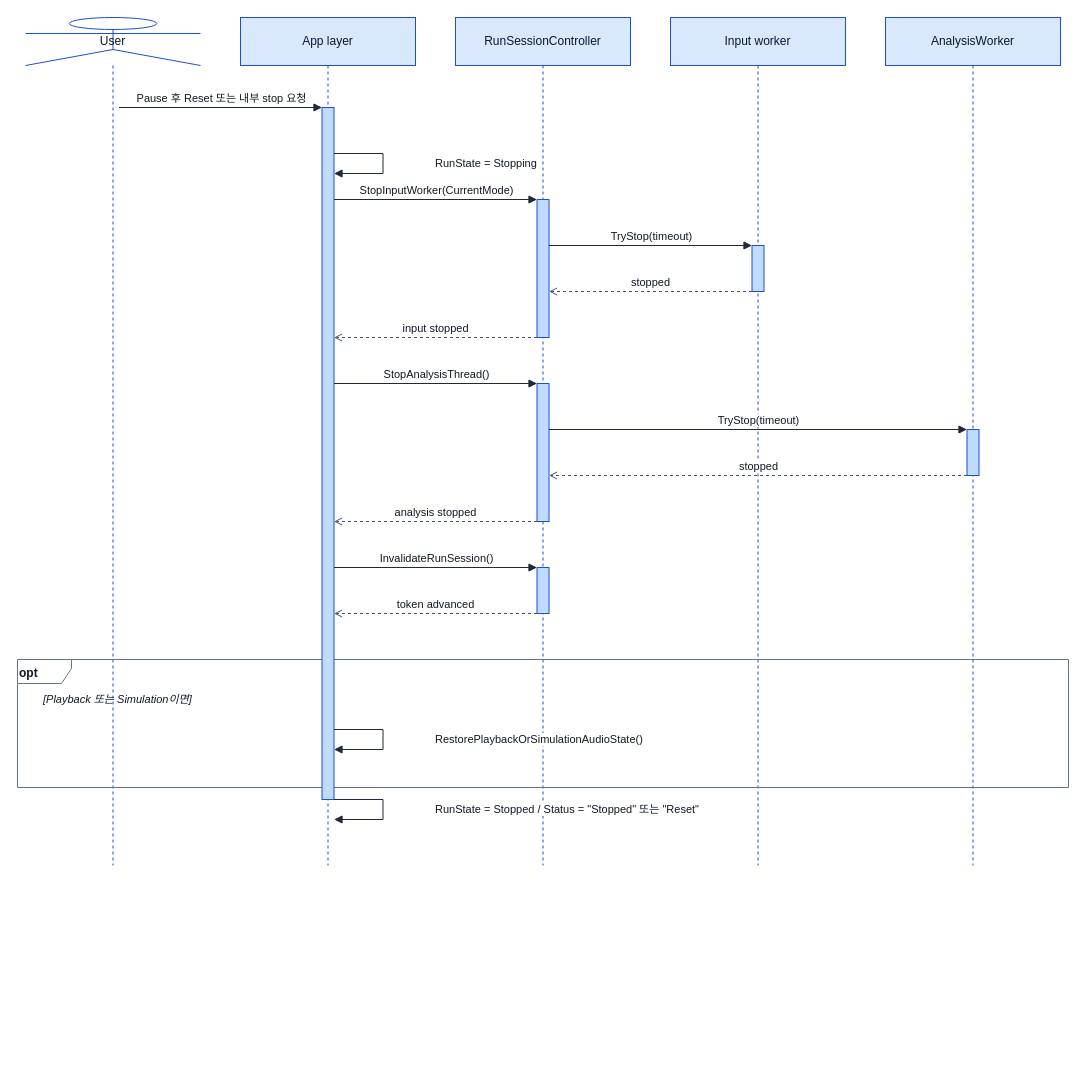
Jae-hong-5/TimeGrapher-Net keeps this draw.io diagram as page "Level 2.4 · 측정 종료 (사용자 요청 / Live capture 종료)" (5 of 7) of docs/architecture/Sequence/sequence.drawio. Above is the earlier version. Source tidied: cells renumbered, new cells numbered last; positions are measured from the earlier drawing's top-left corner, leaving out a move shared by most shapes. Both pictures are drawn from the tidied source at 100%, with x=0, y=0 at pixel (17, 17).
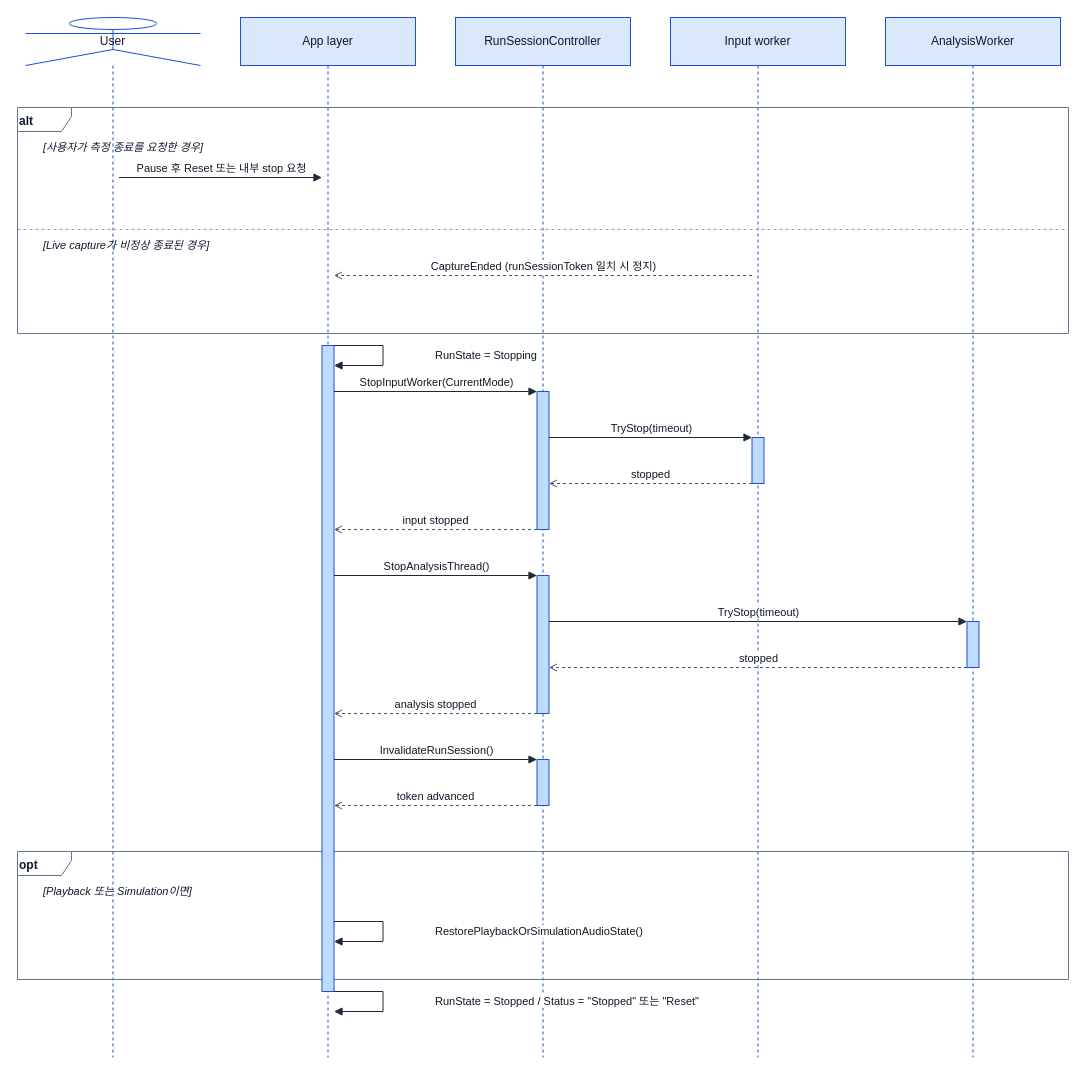
After the change.

Commit message (it also covers changes not shown here):
docs(sequence): align stop flows with the code (Live capture-ended, 2.5 order)

The edit, as a diff of the source:
```diff
@@
     <mxCell id="2" value="User" style="shape=umlLifeline;participant=umlActor;perimeter=lifelinePerimeter;whiteSpace=wrap;html=1;size=48;fillColor=none;strokeColor=#1d4ed8;fontColor=#0f172a;fontSize=12;" parent="1" vertex="1">
-      <mxGeometry x="8" width="175" height="848" as="geometry" />
+      <mxGeometry x="8" width="175" height="1040" as="geometry" />
     </mxCell>
     <mxCell id="3" value="App layer" style="shape=umlLifeline;perimeter=lifelinePerimeter;whiteSpace=wrap;html=1;size=48;fillColor=#dae8fc;strokeColor=#1d4ed8;fontColor=#0f172a;fontSize=12;" parent="1" vertex="1">
-      <mxGeometry x="223" width="175" height="848" as="geometry" />
+      <mxGeometry x="223" width="175" height="1040" as="geometry" />
     </mxCell>
     <mxCell id="4" value="RunSessionController" style="shape=umlLifeline;perimeter=lifelinePerimeter;whiteSpace=wrap;html=1;size=48;fillColor=#dae8fc;strokeColor=#1d4ed8;fontColor=#0f172a;fontSize=12;" parent="1" vertex="1">
-      <mxGeometry x="438" width="175" height="848" as="geometry" />
+      <mxGeometry x="438" width="175" height="1040" as="geometry" />
     </mxCell>
     <mxCell id="5" value="Input worker" style="shape=umlLifeline;perimeter=lifelinePerimeter;whiteSpace=wrap;html=1;size=48;fillColor=#dae8fc;strokeColor=#1d4ed8;fontColor=#0f172a;fontSize=12;" parent="1" vertex="1">
-      <mxGeometry x="653" width="175" height="848" as="geometry" />
+      <mxGeometry x="653" width="175" height="1040" as="geometry" />
     </mxCell>
     <mxCell id="6" value="AnalysisWorker" style="shape=umlLifeline;perimeter=lifelinePerimeter;whiteSpace=wrap;html=1;size=48;fillColor=#dae8fc;strokeColor=#1d4ed8;fontColor=#0f172a;fontSize=12;" parent="1" vertex="1">
-      <mxGeometry x="868" width="175" height="848" as="geometry" />
+      <mxGeometry x="868" width="175" height="1040" as="geometry" />
     </mxCell>
+    <mxCell id="29" style="html=1;endArrow=none;startArrow=none;dashed=1;strokeColor=#94a3b8;" parent="1" edge="1">
+      <mxGeometry relative="1" as="geometry">
+        <mxPoint y="212" as="sourcePoint" />
+        <mxPoint x="1051" y="212" as="targetPoint" />
+      </mxGeometry>
+    </mxCell>
+    <mxCell id="30" value="alt" style="shape=umlFrame;whiteSpace=wrap;html=1;fillColor=none;strokeColor=#64748b;fontColor=#0f172a;fontSize=12;fontStyle=1;width=54;height=24;verticalAlign=top;align=left;" parent="1" vertex="1">
+      <mxGeometry y="90" width="1051" height="226" as="geometry" />
+    </mxCell>
     <mxCell id="7" value="opt" style="shape=umlFrame;whiteSpace=wrap;html=1;fillColor=none;strokeColor=#64748b;fontColor=#0f172a;fontSize=12;fontStyle=1;width=54;height=24;verticalAlign=top;align=left;" parent="1" vertex="1">
-      <mxGeometry y="642" width="1051" height="128" as="geometry" />
+      <mxGeometry y="834" width="1051" height="128" as="geometry" />
     </mxCell>
-    <mxCell id="8" style="html=1;perimeter=orthogonalPerimeter;fillColor=#bfdbfe;strokeColor=#1d4ed8;" parent="1" vertex="1">
-      <mxGeometry x="734.5" y="228" width="12" height="46" as="geometry" />
-    </mxCell>
-    <mxCell id="9" style="html=1;perimeter=orthogonalPerimeter;fillColor=#bfdbfe;strokeColor=#1d4ed8;" parent="1" vertex="1">
-      <mxGeometry x="519.5" y="182" width="12" height="138" as="geometry" />
-    </mxCell>
-    <mxCell id="10" style="html=1;perimeter=orthogonalPerimeter;fillColor=#bfdbfe;strokeColor=#1d4ed8;" parent="1" vertex="1">
-      <mxGeometry x="949.5" y="412" width="12" height="46" as="geometry" />
-    </mxCell>
-    <mxCell id="11" style="html=1;perimeter=orthogonalPerimeter;fillColor=#bfdbfe;strokeColor=#1d4ed8;" parent="1" vertex="1">
-      <mxGeometry x="519.5" y="366" width="12" height="138" as="geometry" />
-    </mxCell>
+    <mxCell id="31" style="html=1;perimeter=orthogonalPerimeter;fillColor=#bfdbfe;strokeColor=#1d4ed8;" parent="1" vertex="1">
+      <mxGeometry x="734.5" y="420" width="12" height="46" as="geometry" />
+    </mxCell>
+    <mxCell id="32" style="html=1;perimeter=orthogonalPerimeter;fillColor=#bfdbfe;strokeColor=#1d4ed8;" parent="1" vertex="1">
+      <mxGeometry x="519.5" y="374" width="12" height="138" as="geometry" />
+    </mxCell>
     <mxCell id="12" style="html=1;perimeter=orthogonalPerimeter;fillColor=#bfdbfe;strokeColor=#1d4ed8;" parent="1" vertex="1">
-      <mxGeometry x="519.5" y="550" width="12" height="46" as="geometry" />
+      <mxGeometry x="949.5" y="604" width="12" height="46" as="geometry" />
     </mxCell>
+    <mxCell id="33" style="html=1;perimeter=orthogonalPerimeter;fillColor=#bfdbfe;strokeColor=#1d4ed8;" parent="1" vertex="1">
+      <mxGeometry x="519.5" y="558" width="12" height="138" as="geometry" />
+    </mxCell>
     <mxCell id="13" style="html=1;perimeter=orthogonalPerimeter;fillColor=#bfdbfe;strokeColor=#1d4ed8;" parent="1" vertex="1">
-      <mxGeometry x="304.5" y="90" width="12" height="692" as="geometry" />
+      <mxGeometry x="519.5" y="742" width="12" height="46" as="geometry" />
     </mxCell>
+    <mxCell id="34" style="html=1;perimeter=orthogonalPerimeter;fillColor=#bfdbfe;strokeColor=#1d4ed8;" parent="1" vertex="1">
+      <mxGeometry x="304.5" y="328" width="12" height="646" as="geometry" />
+    </mxCell>
     <mxCell id="14" value="Pause 후 Reset 또는 내부 stop 요청" style="html=1;verticalAlign=bottom;startArrow=none;endArrow=block;rounded=0;labelBackgroundColor=#ffffff;strokeColor=#1f2937;fontColor=#111827;labelBorderColor=none;" parent="1" edge="1">
       <mxGeometry relative="1" as="geometry">
-        <mxPoint x="101.5" y="90" as="sourcePoint" />
-        <mxPoint x="304.5" y="90" as="targetPoint" />
+        <mxPoint x="101.5" y="160" as="sourcePoint" />
+        <mxPoint x="304.5" y="160" as="targetPoint" />
       </mxGeometry>
     </mxCell>
+    <mxCell id="18" value="CaptureEnded (runSessionToken 일치 시 정지)" style="html=1;verticalAlign=bottom;startArrow=none;endArrow=open;dashed=1;rounded=0;labelBackgroundColor=#ffffff;strokeColor=#475569;fontColor=#111827;labelBorderColor=none;" parent="1" edge="1">
+      <mxGeometry relative="1" as="geometry">
+        <mxPoint x="734.5" y="258" as="sourcePoint" />
+        <mxPoint x="316.5" y="258" as="targetPoint" />
+      </mxGeometry>
+    </mxCell>
     <mxCell id="15" value="RunState = Stopping" style="html=1;verticalAlign=middle;align=left;startArrow=none;endArrow=block;rounded=0;labelBackgroundColor=#ffffff;strokeColor=#1f2937;fontColor=#111827;labelBorderColor=none;" parent="1" edge="1">
       <mxGeometry relative="1" as="geometry">
-        <mxPoint x="316.5" y="136" as="sourcePoint" />
-        <mxPoint x="316.5" y="156" as="targetPoint" />
+        <mxPoint x="316.5" y="328" as="sourcePoint" />
+        <mxPoint x="316.5" y="348" as="targetPoint" />
         <Array as="points">
-          <mxPoint x="365.5" y="136" />
-          <mxPoint x="365.5" y="156" />
+          <mxPoint x="365.5" y="328" />
+          <mxPoint x="365.5" y="348" />
         </Array>
         <mxPoint x="50" as="offset" />
       </mxGeometry>
     </mxCell>
     <mxCell id="16" value="StopInputWorker(CurrentMode)" style="html=1;verticalAlign=bottom;startArrow=none;endArrow=block;rounded=0;labelBackgroundColor=#ffffff;strokeColor=#1f2937;fontColor=#111827;labelBorderColor=none;" parent="1" edge="1">
       <mxGeometry relative="1" as="geometry">
-        <mxPoint x="316.5" y="182" as="sourcePoint" />
-        <mxPoint x="519.5" y="182" as="targetPoint" />
+        <mxPoint x="316.5" y="374" as="sourcePoint" />
+        <mxPoint x="519.5" y="374" as="targetPoint" />
       </mxGeometry>
     </mxCell>
-    <mxCell id="17" value="TryStop(timeout)" style="html=1;verticalAlign=bottom;startArrow=none;endArrow=block;rounded=0;labelBackgroundColor=#ffffff;strokeColor=#1f2937;fontColor=#111827;labelBorderColor=none;" parent="1" edge="1">
-      <mxGeometry relative="1" as="geometry">
-        <mxPoint x="531.5" y="228" as="sourcePoint" />
-        <mxPoint x="734.5" y="228" as="targetPoint" />
-      </mxGeometry>
-    </mxCell>
-    <mxCell id="18" value="stopped" style="html=1;verticalAlign=bottom;startArrow=none;endArrow=open;dashed=1;rounded=0;labelBackgroundColor=#ffffff;strokeColor=#475569;fontColor=#111827;labelBorderColor=none;" parent="1" edge="1">
-      <mxGeometry relative="1" as="geometry">
-        <mxPoint x="734.5" y="274" as="sourcePoint" />
-        <mxPoint x="531.5" y="274" as="targetPoint" />
-      </mxGeometry>
-    </mxCell>
-    <mxCell id="19" value="input stopped" style="html=1;verticalAlign=bottom;startArrow=none;endArrow=open;dashed=1;rounded=0;labelBackgroundColor=#ffffff;strokeColor=#475569;fontColor=#111827;labelBorderColor=none;" parent="1" edge="1">
-      <mxGeometry relative="1" as="geometry">
-        <mxPoint x="519.5" y="320" as="sourcePoint" />
-        <mxPoint x="316.5" y="320" as="targetPoint" />
-      </mxGeometry>
-    </mxCell>
-    <mxCell id="20" value="StopAnalysisThread()" style="html=1;verticalAlign=bottom;startArrow=none;endArrow=block;rounded=0;labelBackgroundColor=#ffffff;strokeColor=#1f2937;fontColor=#111827;labelBorderColor=none;" parent="1" edge="1">
+    <mxCell id="20" value="TryStop(timeout)" style="html=1;verticalAlign=bottom;startArrow=none;endArrow=block;rounded=0;labelBackgroundColor=#ffffff;strokeColor=#1f2937;fontColor=#111827;labelBorderColor=none;" parent="1" edge="1">
       <mxGeometry relative="1" as="geometry">
-        <mxPoint x="316.5" y="366" as="sourcePoint" />
-        <mxPoint x="519.5" y="366" as="targetPoint" />
+        <mxPoint x="531.5" y="420" as="sourcePoint" />
+        <mxPoint x="734.5" y="420" as="targetPoint" />
       </mxGeometry>
     </mxCell>
-    <mxCell id="21" value="TryStop(timeout)" style="html=1;verticalAlign=bottom;startArrow=none;endArrow=block;rounded=0;labelBackgroundColor=#ffffff;strokeColor=#1f2937;fontColor=#111827;labelBorderColor=none;" parent="1" edge="1">
+    <mxCell id="21" value="stopped" style="html=1;verticalAlign=bottom;startArrow=none;endArrow=open;dashed=1;rounded=0;labelBackgroundColor=#ffffff;strokeColor=#475569;fontColor=#111827;labelBorderColor=none;" parent="1" edge="1">
       <mxGeometry relative="1" as="geometry">
-        <mxPoint x="531.5" y="412" as="sourcePoint" />
-        <mxPoint x="949.5" y="412" as="targetPoint" />
+        <mxPoint x="734.5" y="466" as="sourcePoint" />
+        <mxPoint x="531.5" y="466" as="targetPoint" />
       </mxGeometry>
     </mxCell>
-    <mxCell id="22" value="stopped" style="html=1;verticalAlign=bottom;startArrow=none;endArrow=open;dashed=1;rounded=0;labelBackgroundColor=#ffffff;strokeColor=#475569;fontColor=#111827;labelBorderColor=none;" parent="1" edge="1">
-      <mxGeometry relative="1" as="geometry">
-        <mxPoint x="949.5" y="458" as="sourcePoint" />
-        <mxPoint x="531.5" y="458" as="targetPoint" />
-      </mxGeometry>
-    </mxCell>
-    <mxCell id="23" value="analysis stopped" style="html=1;verticalAlign=bottom;startArrow=none;endArrow=open;dashed=1;rounded=0;labelBackgroundColor=#ffffff;strokeColor=#475569;fontColor=#111827;labelBorderColor=none;" parent="1" edge="1">
-      <mxGeometry relative="1" as="geometry">
-        <mxPoint x="519.5" y="504" as="sourcePoint" />
-        <mxPoint x="316.5" y="504" as="targetPoint" />
-      </mxGeometry>
-    </mxCell>
+    <mxCell id="19" value="input stopped" style="html=1;verticalAlign=bottom;startArrow=none;endArrow=open;dashed=1;rounded=0;labelBackgroundColor=#ffffff;strokeColor=#475569;fontColor=#111827;labelBorderColor=none;" parent="1" edge="1">
+      <mxGeometry relative="1" as="geometry">
+        <mxPoint x="519.5" y="512" as="sourcePoint" />
+        <mxPoint x="316.5" y="512" as="targetPoint" />
+      </mxGeometry>
+    </mxCell>
+    <mxCell id="35" value="StopAnalysisThread()" style="html=1;verticalAlign=bottom;startArrow=none;endArrow=block;rounded=0;labelBackgroundColor=#ffffff;strokeColor=#1f2937;fontColor=#111827;labelBorderColor=none;" parent="1" edge="1">
+      <mxGeometry relative="1" as="geometry">
+        <mxPoint x="316.5" y="558" as="sourcePoint" />
+        <mxPoint x="519.5" y="558" as="targetPoint" />
+      </mxGeometry>
+    </mxCell>
-    <mxCell id="24" value="InvalidateRunSession()" style="html=1;verticalAlign=bottom;startArrow=none;endArrow=block;rounded=0;labelBackgroundColor=#ffffff;strokeColor=#1f2937;fontColor=#111827;labelBorderColor=none;" parent="1" edge="1">
+    <mxCell id="24" value="TryStop(timeout)" style="html=1;verticalAlign=bottom;startArrow=none;endArrow=block;rounded=0;labelBackgroundColor=#ffffff;strokeColor=#1f2937;fontColor=#111827;labelBorderColor=none;" parent="1" edge="1">
       <mxGeometry relative="1" as="geometry">
-        <mxPoint x="316.5" y="550" as="sourcePoint" />
-        <mxPoint x="519.5" y="550" as="targetPoint" />
+        <mxPoint x="531.5" y="604" as="sourcePoint" />
+        <mxPoint x="949.5" y="604" as="targetPoint" />
       </mxGeometry>
     </mxCell>
-    <mxCell id="25" value="token advanced" style="html=1;verticalAlign=bottom;startArrow=none;endArrow=open;dashed=1;rounded=0;labelBackgroundColor=#ffffff;strokeColor=#475569;fontColor=#111827;labelBorderColor=none;" parent="1" edge="1">
+    <mxCell id="25" value="stopped" style="html=1;verticalAlign=bottom;startArrow=none;endArrow=open;dashed=1;rounded=0;labelBackgroundColor=#ffffff;strokeColor=#475569;fontColor=#111827;labelBorderColor=none;" parent="1" edge="1">
       <mxGeometry relative="1" as="geometry">
-        <mxPoint x="519.5" y="596" as="sourcePoint" />
-        <mxPoint x="316.5" y="596" as="targetPoint" />
+        <mxPoint x="949.5" y="650" as="sourcePoint" />
+        <mxPoint x="531.5" y="650" as="targetPoint" />
       </mxGeometry>
     </mxCell>
+    <mxCell id="23" value="analysis stopped" style="html=1;verticalAlign=bottom;startArrow=none;endArrow=open;dashed=1;rounded=0;labelBackgroundColor=#ffffff;strokeColor=#475569;fontColor=#111827;labelBorderColor=none;" parent="1" edge="1">
+      <mxGeometry relative="1" as="geometry">
+        <mxPoint x="519.5" y="696" as="sourcePoint" />
+        <mxPoint x="316.5" y="696" as="targetPoint" />
+      </mxGeometry>
+    </mxCell>
+    <mxCell id="36" value="InvalidateRunSession()" style="html=1;verticalAlign=bottom;startArrow=none;endArrow=block;rounded=0;labelBackgroundColor=#ffffff;strokeColor=#1f2937;fontColor=#111827;labelBorderColor=none;" parent="1" edge="1">
+      <mxGeometry relative="1" as="geometry">
+        <mxPoint x="316.5" y="742" as="sourcePoint" />
+        <mxPoint x="519.5" y="742" as="targetPoint" />
+      </mxGeometry>
+    </mxCell>
+    <mxCell id="37" value="token advanced" style="html=1;verticalAlign=bottom;startArrow=none;endArrow=open;dashed=1;rounded=0;labelBackgroundColor=#ffffff;strokeColor=#475569;fontColor=#111827;labelBorderColor=none;" parent="1" edge="1">
+      <mxGeometry relative="1" as="geometry">
+        <mxPoint x="519.5" y="788" as="sourcePoint" />
+        <mxPoint x="316.5" y="788" as="targetPoint" />
+      </mxGeometry>
+    </mxCell>
     <mxCell id="26" value="RestorePlaybackOrSimulationAudioState()" style="html=1;verticalAlign=middle;align=left;startArrow=none;endArrow=block;rounded=0;labelBackgroundColor=#ffffff;strokeColor=#1f2937;fontColor=#111827;labelBorderColor=none;" parent="1" edge="1">
       <mxGeometry relative="1" as="geometry">
-        <mxPoint x="316.5" y="712" as="sourcePoint" />
-        <mxPoint x="316.5" y="732" as="targetPoint" />
+        <mxPoint x="316.5" y="904" as="sourcePoint" />
+        <mxPoint x="316.5" y="924" as="targetPoint" />
         <Array as="points">
-          <mxPoint x="365.5" y="712" />
-          <mxPoint x="365.5" y="732" />
+          <mxPoint x="365.5" y="904" />
+          <mxPoint x="365.5" y="924" />
         </Array>
         <mxPoint x="50" as="offset" />
       </mxGeometry>
     </mxCell>
     <mxCell id="27" value="RunState = Stopped / Status = &quot;Stopped&quot; 또는 &quot;Reset&quot;" style="html=1;verticalAlign=middle;align=left;startArrow=none;endArrow=block;rounded=0;labelBackgroundColor=#ffffff;strokeColor=#1f2937;fontColor=#111827;labelBorderColor=none;" parent="1" edge="1">
       <mxGeometry relative="1" as="geometry">
-        <mxPoint x="316.5" y="782" as="sourcePoint" />
-        <mxPoint x="316.5" y="802" as="targetPoint" />
+        <mxPoint x="316.5" y="974" as="sourcePoint" />
+        <mxPoint x="316.5" y="994" as="targetPoint" />
         <Array as="points">
-          <mxPoint x="365.5" y="782" />
-          <mxPoint x="365.5" y="802" />
+          <mxPoint x="365.5" y="974" />
+          <mxPoint x="365.5" y="994" />
         </Array>
         <mxPoint x="50" as="offset" />
       </mxGeometry>
     </mxCell>
+    <mxCell id="38" value="[사용자가 측정 종료를 요청한 경우]" style="text;html=1;strokeColor=none;fillColor=none;align=left;verticalAlign=middle;fontSize=11;fontColor=#0f172a;fontStyle=2;" parent="1" vertex="1">
+      <mxGeometry x="24" y="120" width="1011" height="20" as="geometry" />
+    </mxCell>
+    <mxCell id="39" value="[Live capture가 비정상 종료된 경우]" style="text;html=1;strokeColor=none;fillColor=none;align=left;verticalAlign=middle;fontSize=11;fontColor=#0f172a;fontStyle=2;" parent="1" vertex="1">
+      <mxGeometry x="24" y="218" width="1011" height="20" as="geometry" />
+    </mxCell>
     <mxCell id="28" value="[Playback 또는 Simulation이면]" style="text;html=1;strokeColor=none;fillColor=none;align=left;verticalAlign=middle;fontSize=11;fontColor=#0f172a;fontStyle=2;" parent="1" vertex="1">
-      <mxGeometry x="24" y="672" width="1011" height="20" as="geometry" />
+      <mxGeometry x="24" y="864" width="1011" height="20" as="geometry" />
     </mxCell>
```
